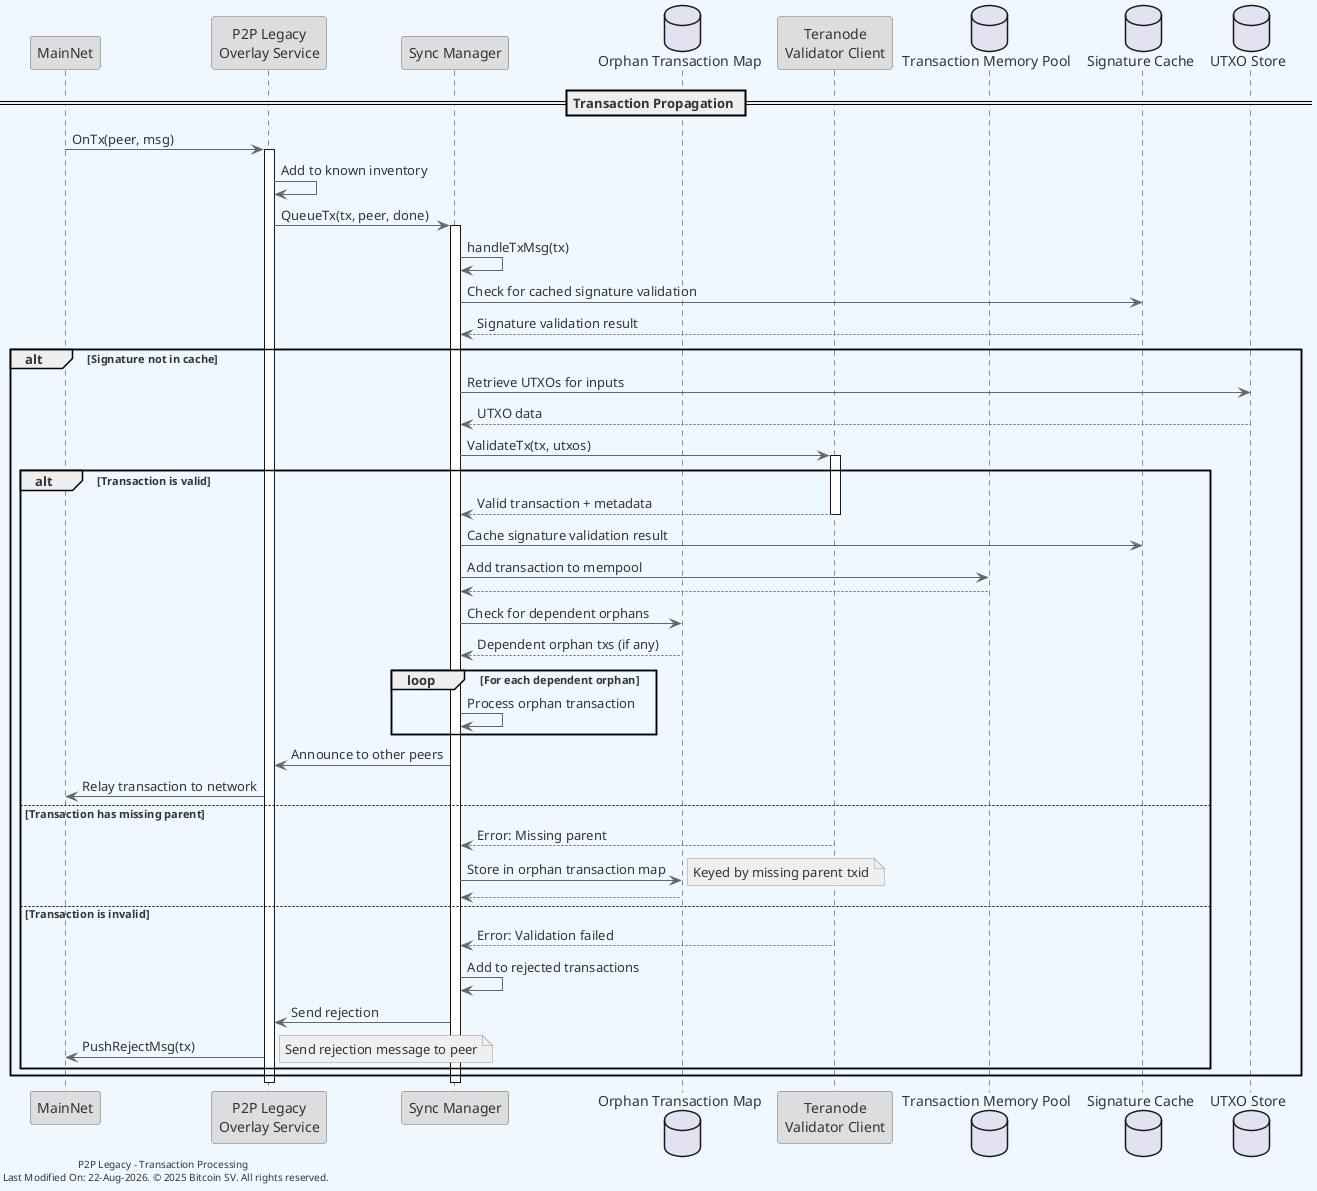
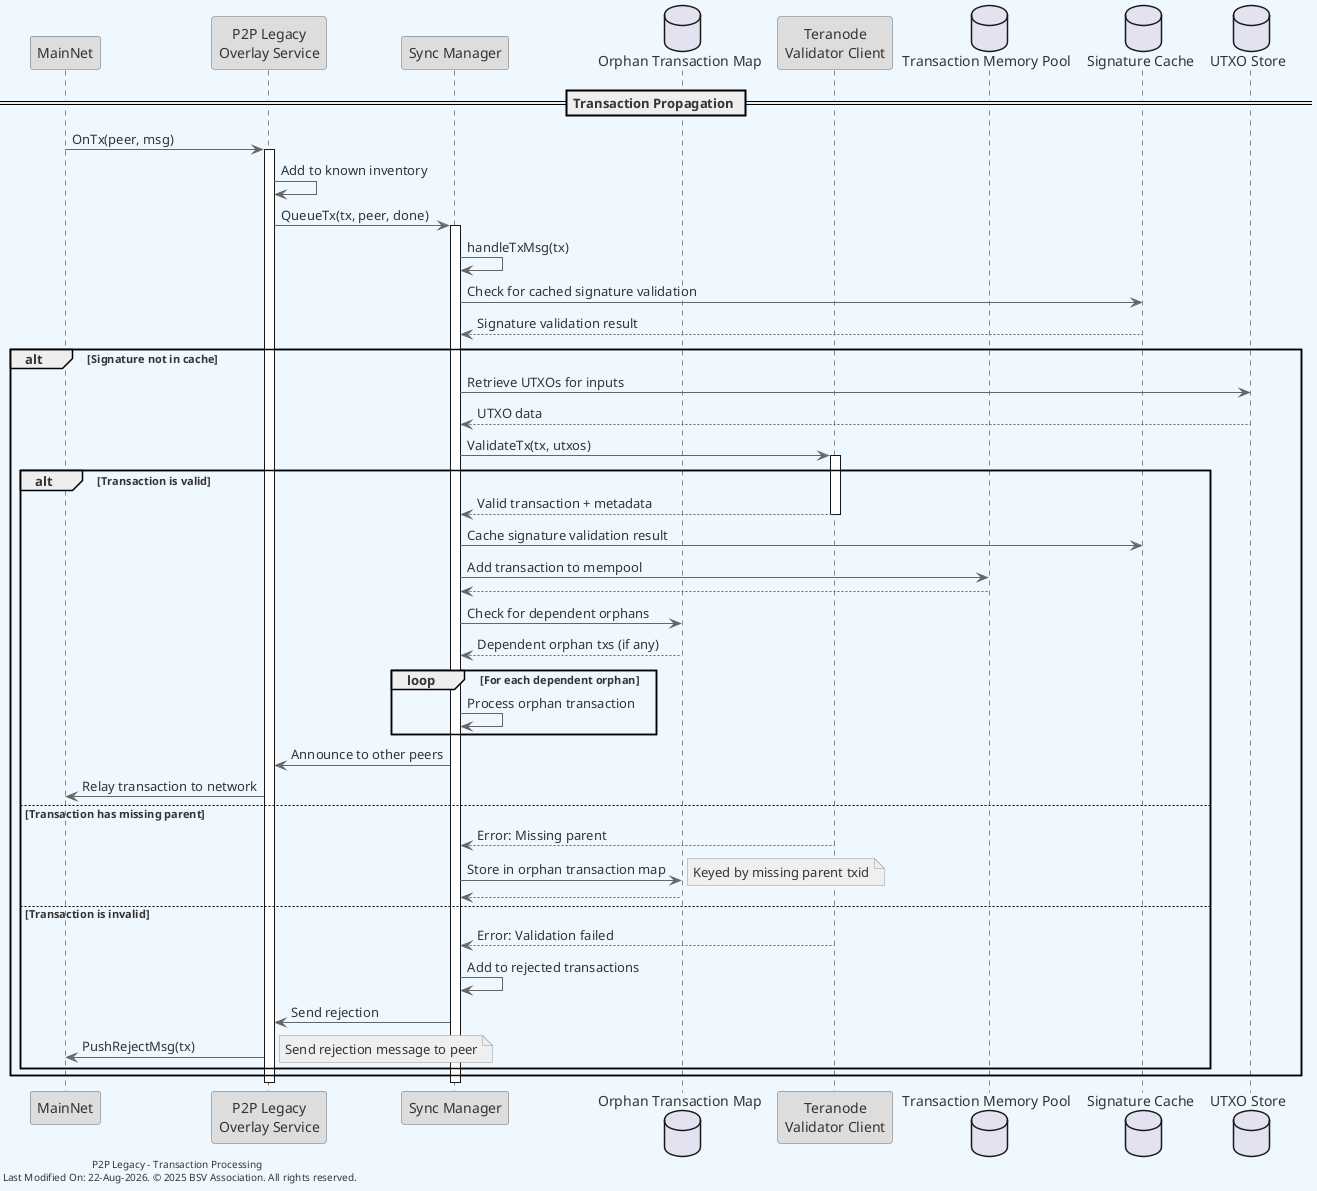
@startuml transaction_process
skinparam backgroundColor #F0F8FF
skinparam defaultFontColor #333333
skinparam arrowColor #666666

' Define borders for all elements
skinparam entity {
  BorderColor #666666
  BackgroundColor #DDDDDD
}

skinparam control {
  BorderColor #666666
  BackgroundColor #DDDDDD
}

skinparam participant {
  BorderColor #666666
  BackgroundColor #DDDDDD
}

skinparam note {
  BorderColor #999999
  BackgroundColor #EFEFEF
}

participant MainNet as mainnet
participant "P2P Legacy\nOverlay Service" as legacy
participant "Sync Manager" as syncManager
database "Orphan Transaction Map" as orphanPool
participant "Teranode\nValidator Client" as validator
database "Transaction Memory Pool" as mempool
database "Signature Cache" as sigCache
database "UTXO Store" as utxoStore

== Transaction Propagation ==

mainnet -> legacy : OnTx(peer, msg)
activate legacy

legacy -> legacy : Add to known inventory

legacy -> syncManager : QueueTx(tx, peer, done)
activate syncManager

syncManager -> syncManager : handleTxMsg(tx)

syncManager -> sigCache : Check for cached signature validation
sigCache --> syncManager : Signature validation result

alt Signature not in cache
    syncManager -> utxoStore : Retrieve UTXOs for inputs
    utxoStore --> syncManager : UTXO data

    syncManager -> validator : ValidateTx(tx, utxos)
    activate validator

alt Transaction is valid
    validator --> syncManager : Valid transaction + metadata
    deactivate validator

    syncManager -> sigCache : Cache signature validation result

    syncManager -> mempool : Add transaction to mempool
    mempool --> syncManager

    syncManager -> orphanPool : Check for dependent orphans
    orphanPool --> syncManager : Dependent orphan txs (if any)

    loop For each dependent orphan
        syncManager -> syncManager : Process orphan transaction
    end

    syncManager -> legacy : Announce to other peers
    legacy -> mainnet : Relay transaction to network

else Transaction has missing parent
    validator --> syncManager : Error: Missing parent
    deactivate validator

    syncManager -> orphanPool : Store in orphan transaction map
    note right: Keyed by missing parent txid
    orphanPool --> syncManager

else Transaction is invalid
    validator --> syncManager : Error: Validation failed
    deactivate validator

    syncManager -> syncManager : Add to rejected transactions
    syncManager -> legacy : Send rejection
    legacy -> mainnet : PushRejectMsg(tx)
    note right: Send rejection message to peer
end

end

deactivate syncManager
deactivate legacy

- left footer "P2P Legacy - Transaction Processing \n Last Modified On: %date("dd-MMM-yyyy"). © 2025 Bitcoin SV. All rights reserved."
+ left footer "P2P Legacy - Transaction Processing \n Last Modified On: %date("dd-MMM-yyyy"). © 2025 BSV Association. All rights reserved."

@enduml
